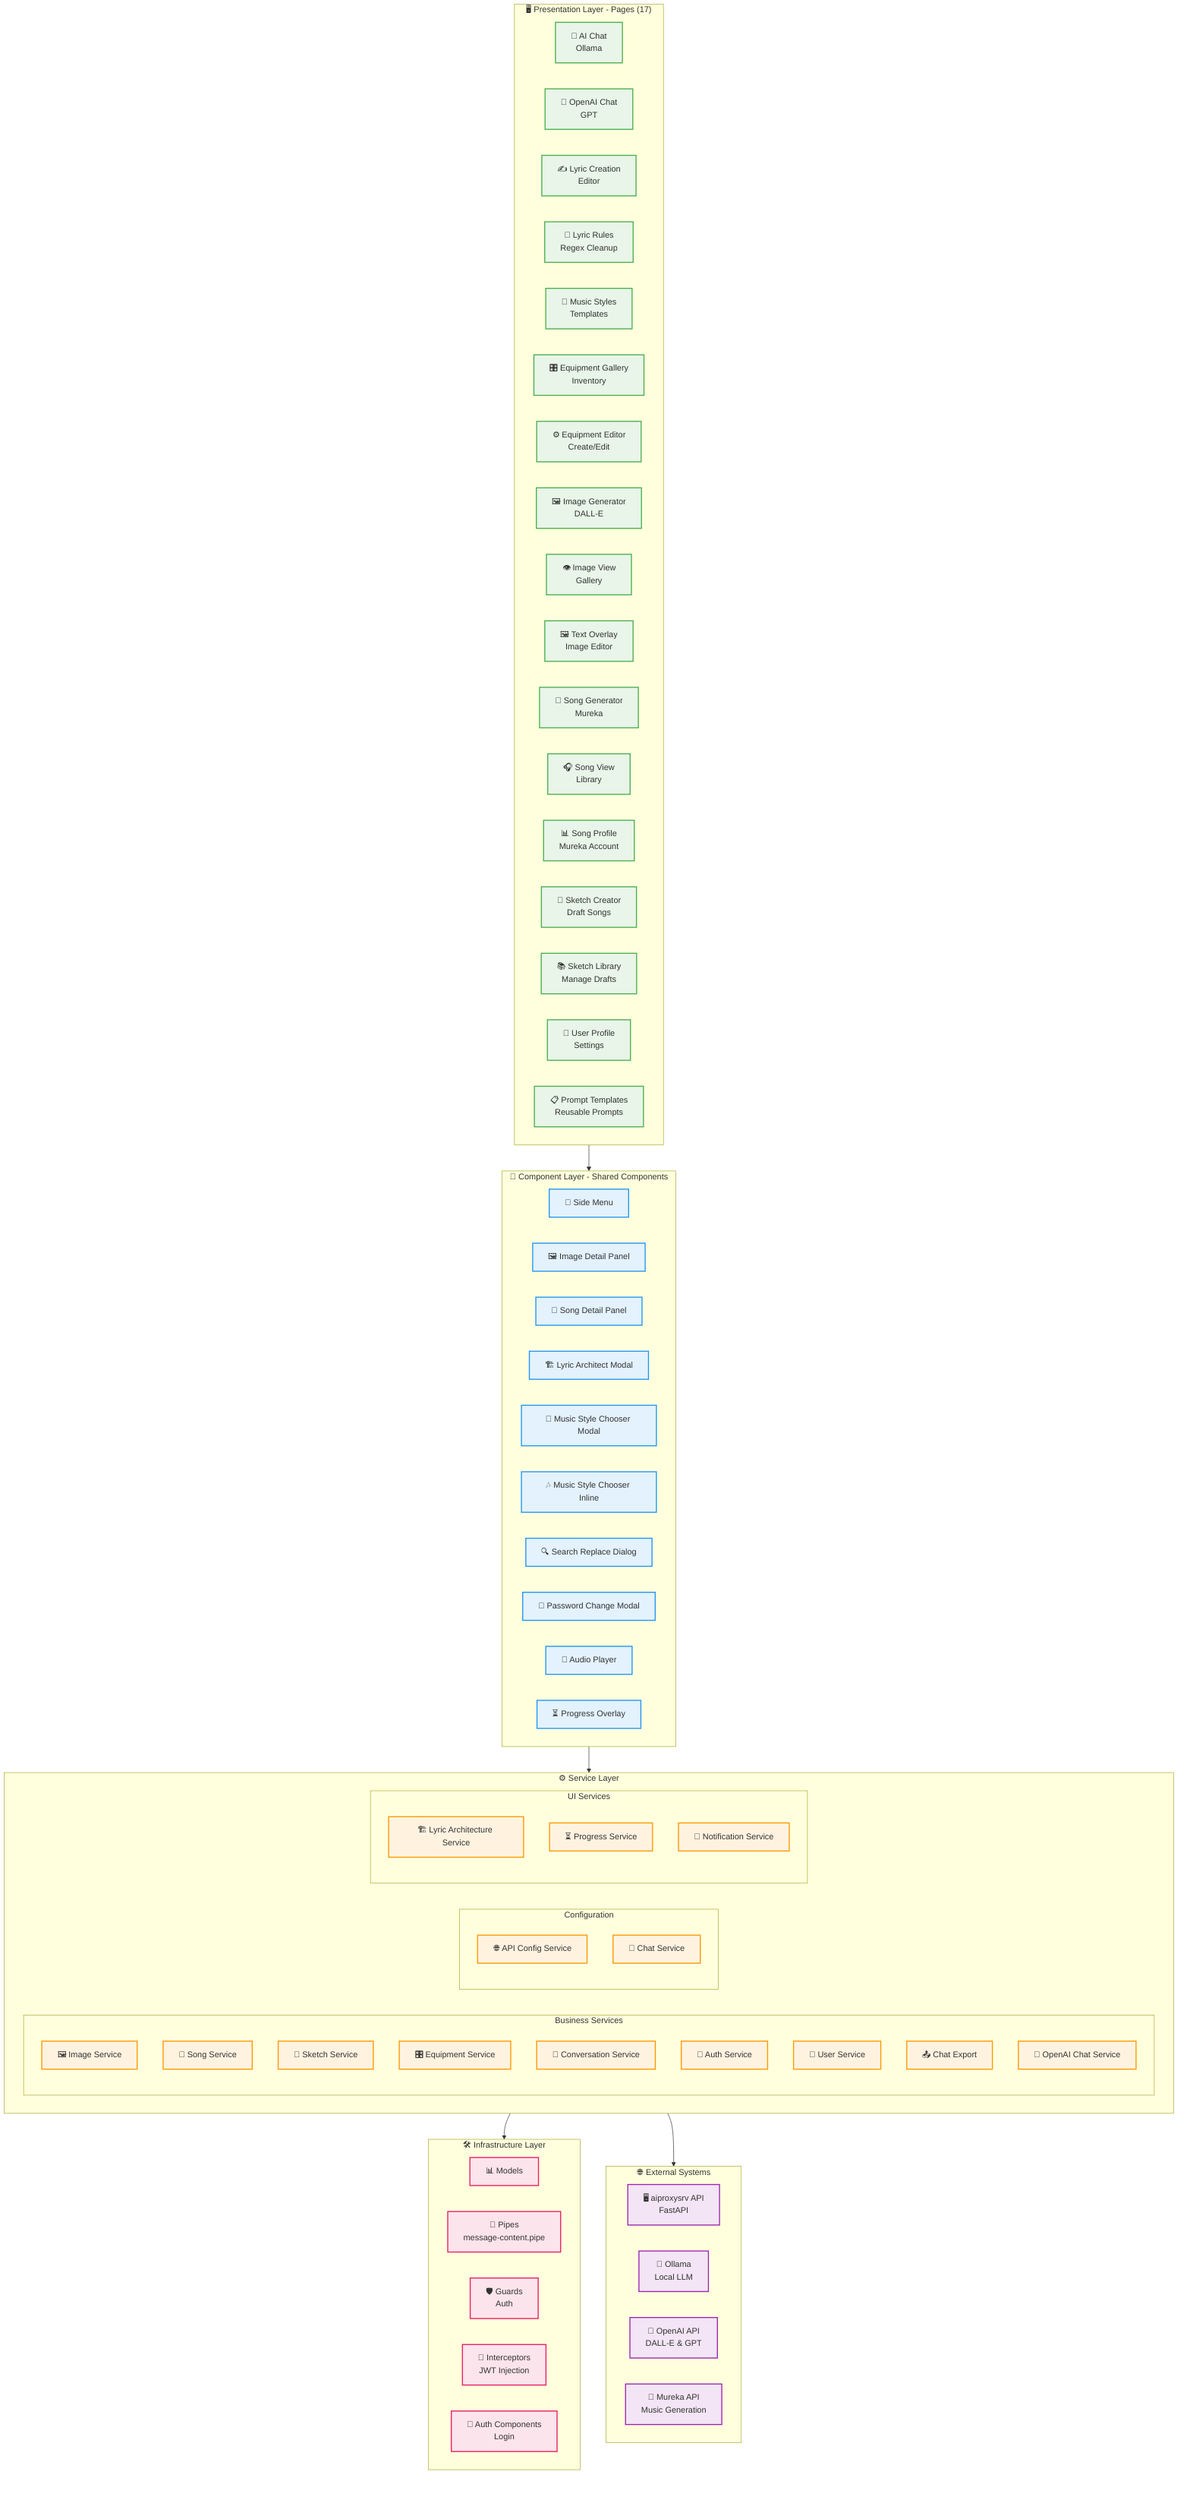
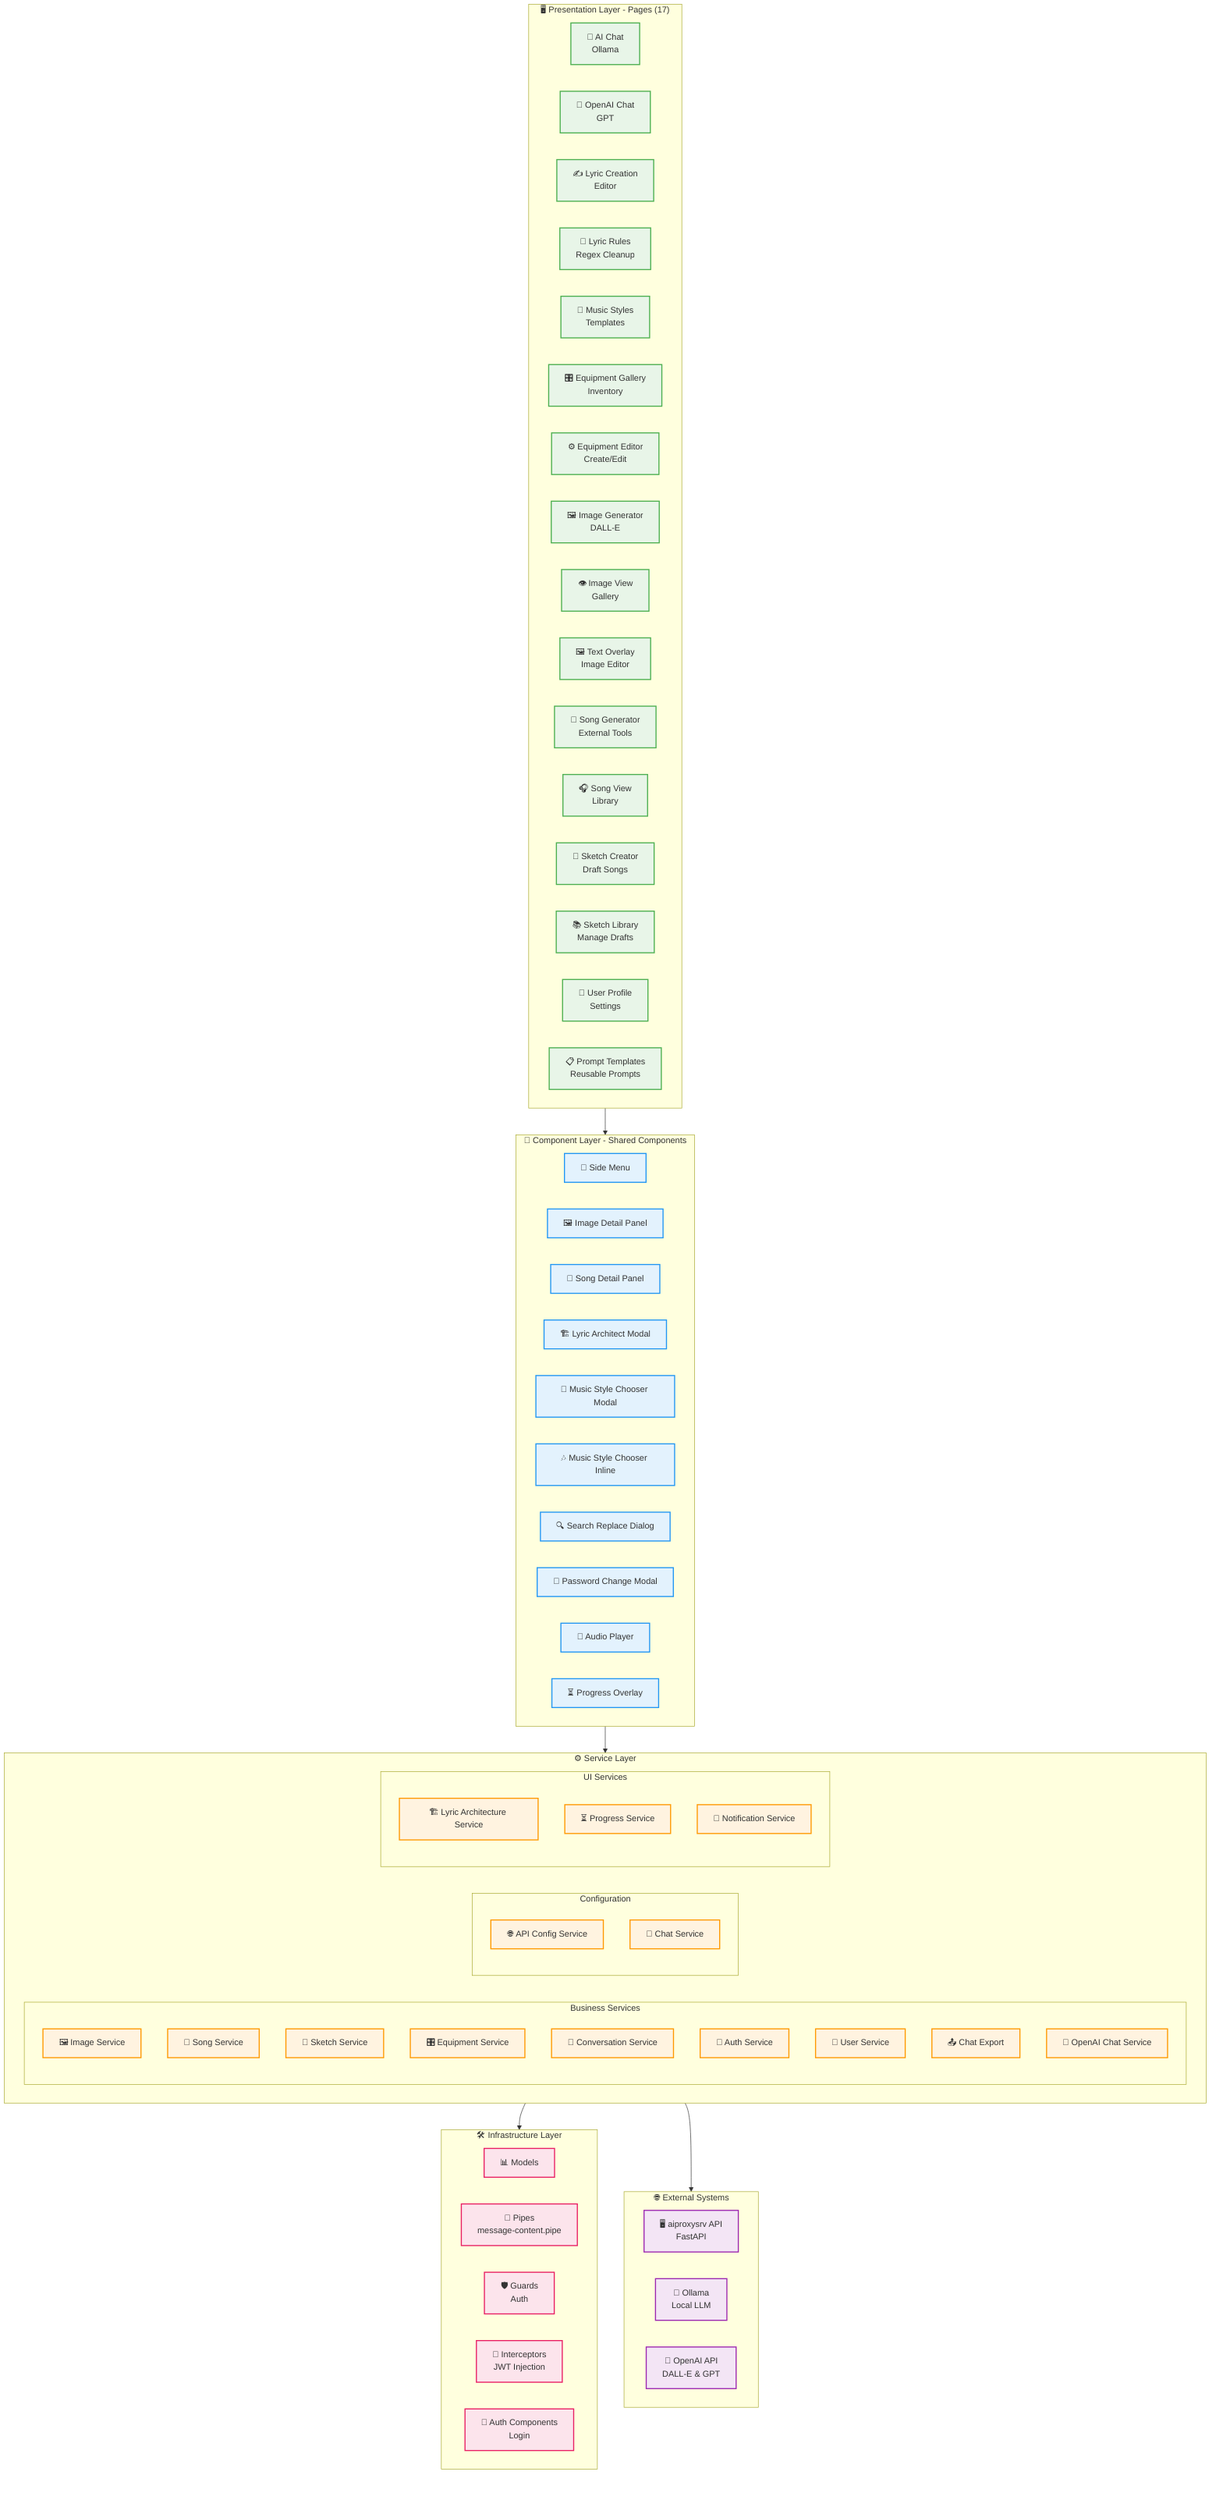
flowchart TB
    subgraph PRESENTATION["🖥️ Presentation Layer - Pages (17)"]
        direction LR
        AI_CHAT[💬 AI Chat<br/>Ollama]
        OPENAI_CHAT[🤖 OpenAI Chat<br/>GPT]
        LYRIC_CREATION[✍️ Lyric Creation<br/>Editor]
        LYRIC_RULES[📜 Lyric Rules<br/>Regex Cleanup]
        MUSIC_STYLES[🎼 Music Styles<br/>Templates]
        EQUIPMENT_GALLERY[🎛️ Equipment Gallery<br/>Inventory]
        EQUIPMENT_EDITOR[⚙️ Equipment Editor<br/>Create/Edit]
        IMG_GEN[🖼️ Image Generator<br/>DALL-E]
        IMG_VIEW[👁️ Image View<br/>Gallery]
        TEXT_OVERLAY[🖼️ Text Overlay<br/>Image Editor]
-         SONG_GEN[🎵 Song Generator<br/>Mureka]
+         SONG_GEN[🎵 Song Generator<br/>External Tools]
        SONG_VIEW[🎧 Song View<br/>Library]
-         SONG_PROFILE[📊 Song Profile<br/>Mureka Account]
        SKETCH_CREATOR[📝 Sketch Creator<br/>Draft Songs]
        SKETCH_LIBRARY[📚 Sketch Library<br/>Manage Drafts]
        USER_PROFILE[👤 User Profile<br/>Settings]
        PROMPT_TEMPLATES[📋 Prompt Templates<br/>Reusable Prompts]
    end

    subgraph COMPONENT["🧩 Component Layer - Shared Components"]
        direction LR
        SIDE_MENU[🍔 Side Menu]
        IMAGE_DETAIL[🖼️ Image Detail Panel]
        SONG_DETAIL[🎵 Song Detail Panel]
        LYRIC_ARCHITECT[🏗️ Lyric Architect Modal]
        MUSIC_CHOOSER_MODAL[🎼 Music Style Chooser Modal]
        MUSIC_CHOOSER_INLINE[🎶 Music Style Chooser Inline]
        SEARCH_REPLACE[🔍 Search Replace Dialog]
        PASSWORD_MODAL[🔐 Password Change Modal]
        AUDIO_PLAYER[🎵 Audio Player]
        PROGRESS[⏳ Progress Overlay]
    end

    subgraph SERVICE["⚙️ Service Layer"]
        direction LR
        subgraph BUSINESS["Business Services"]
            IMG_SVC[🖼️ Image Service]
            SONG_SVC[🎵 Song Service]
            SKETCH_SVC[📝 Sketch Service]
            EQUIPMENT_SVC[🎛️ Equipment Service]
            CONV_SVC[💬 Conversation Service]
            AUTH_SVC[🔐 Auth Service]
            USER_SVC[👤 User Service]
            CHAT_EXPORT[📤 Chat Export]
            OPENAI_SVC[🤖 OpenAI Chat Service]
        end
        subgraph CONFIG["Configuration"]
            API_CONFIG[🌐 API Config Service]
            CHAT_SVC[💬 Chat Service]
        end
        subgraph UI_SERVICES["UI Services"]
            LYRIC_ARCH_SVC[🏗️ Lyric Architecture Service]
            PROGRESS_SVC[⏳ Progress Service]
            NOTIFY_SVC[🔔 Notification Service]
        end
    end

    subgraph INFRASTRUCTURE["🛠️ Infrastructure Layer"]
        direction LR
        MODELS[📊 Models]
        PIPES[🔄 Pipes<br/>message-content.pipe]
        GUARDS[🛡️ Guards<br/>Auth]
        INTERCEPTORS[🔗 Interceptors<br/>JWT Injection]
        AUTH[🔐 Auth Components<br/>Login]
    end

    subgraph EXTERNAL["🌐 External Systems"]
        direction LR
        BACKEND[🖥️ aiproxysrv API<br/>FastAPI]
        OLLAMA[🦙 Ollama<br/>Local LLM]
        OPENAI_API[🤖 OpenAI API<br/>DALL-E & GPT]
-         MUREKA_API[🎵 Mureka API<br/>Music Generation]
    end

    %% Layer Dependencies
    PRESENTATION --> COMPONENT
    COMPONENT --> SERVICE
    SERVICE --> INFRASTRUCTURE
    SERVICE --> EXTERNAL

    %% Styling
    classDef presentationStyle fill:#E8F5E8,stroke:#4CAF50,stroke-width:2px
    classDef componentStyle fill:#E3F2FD,stroke:#2196F3,stroke-width:2px
    classDef serviceStyle fill:#FFF3E0,stroke:#FF9800,stroke-width:2px
    classDef infrastructureStyle fill:#FCE4EC,stroke:#E91E63,stroke-width:2px
    classDef externalStyle fill:#F3E5F5,stroke:#9C27B0,stroke-width:2px

-     class AI_CHAT,OPENAI_CHAT,LYRIC_CREATION,LYRIC_RULES,MUSIC_STYLES,EQUIPMENT_GALLERY,EQUIPMENT_EDITOR,IMG_GEN,IMG_VIEW,TEXT_OVERLAY,SONG_GEN,SONG_VIEW,SONG_PROFILE,SKETCH_CREATOR,SKETCH_LIBRARY,USER_PROFILE,PROMPT_TEMPLATES presentationStyle
+     class AI_CHAT,OPENAI_CHAT,LYRIC_CREATION,LYRIC_RULES,MUSIC_STYLES,EQUIPMENT_GALLERY,EQUIPMENT_EDITOR,IMG_GEN,IMG_VIEW,TEXT_OVERLAY,SONG_GEN,SONG_VIEW,SKETCH_CREATOR,SKETCH_LIBRARY,USER_PROFILE,PROMPT_TEMPLATES presentationStyle
    class SIDE_MENU,IMAGE_DETAIL,SONG_DETAIL,LYRIC_ARCHITECT,MUSIC_CHOOSER_MODAL,MUSIC_CHOOSER_INLINE,SEARCH_REPLACE,PASSWORD_MODAL,AUDIO_PLAYER,PROGRESS componentStyle
    class IMG_SVC,SONG_SVC,SKETCH_SVC,EQUIPMENT_SVC,CONV_SVC,AUTH_SVC,USER_SVC,CHAT_EXPORT,OPENAI_SVC,API_CONFIG,CHAT_SVC,LYRIC_ARCH_SVC,PROGRESS_SVC,NOTIFY_SVC serviceStyle
    class MODELS,PIPES,GUARDS,INTERCEPTORS,AUTH infrastructureStyle
-     class BACKEND,OLLAMA,OPENAI_API,MUREKA_API externalStyle
+     class BACKEND,OLLAMA,OPENAI_API externalStyle
